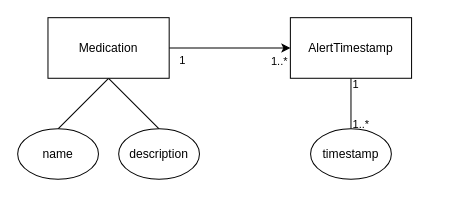
This is doc/images/raw/entity_relationship_diagram.drawio from eco3/Medify, a draw.io file, before an edit. Source tidied: cells renumbered, new cells numbered last; positions are measured from the earlier drawing's top-left corner, leaving out a move shared by most shapes. Both pictures are drawn from the tidied source at 101%, with x=0, y=0 at pixel (17, 17).
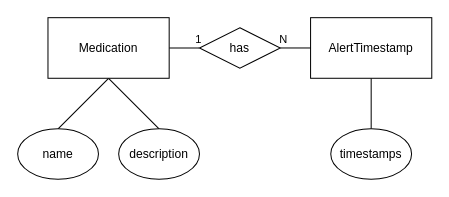
Above is the later version.

The edit, as a diff of the source:
```diff
@@
 <mxGraphModel>
   <root>
     <mxCell id="0" />
     <mxCell id="1" parent="0" />
-    <mxCell id="2" style="edgeStyle=orthogonalEdgeStyle;rounded=0;jettySize=auto;html=1;" parent="1" edge="1" source="7" target="11">
-      <mxGeometry relative="1" as="geometry" />
-    </mxCell>
-    <mxCell id="3" value="1..*" style="edgeLabel;html=1;align=center;verticalAlign=top;labelPosition=center;verticalLabelPosition=bottom;" parent="2" vertex="1">
-      <mxGeometry x="0.8" relative="1" as="geometry" />
-    </mxCell>
-    <mxCell id="4" value="1" style="edgeLabel;html=1;align=center;verticalAlign=top;labelPosition=center;verticalLabelPosition=bottom;" parent="2" vertex="1">
-      <mxGeometry x="-0.8" y="1" relative="1" as="geometry" />
-    </mxCell>
     <mxCell id="5" style="rounded=0;jettySize=auto;html=1;exitX=0.5;exitY=1;exitDx=0;exitDy=0;entryX=0.5;entryY=0;entryDx=0;entryDy=0;endArrow=none;endFill=0;" parent="1" edge="1" source="7" target="12">
       <mxGeometry relative="1" as="geometry" />
     </mxCell>
     <mxCell id="6" style="edgeStyle=none;rounded=0;jettySize=auto;html=1;exitX=0.5;exitY=1;exitDx=0;exitDy=0;entryX=0.5;entryY=0;entryDx=0;entryDy=0;endArrow=none;endFill=0;" parent="1" edge="1" source="7" target="13">
       <mxGeometry relative="1" as="geometry" />
     </mxCell>
+    <mxCell id="15" style="edgeStyle=orthogonalEdgeStyle;rounded=0;jettySize=auto;html=1;endArrow=none;endFill=0;" parent="1" edge="1" source="7" target="19">
+      <mxGeometry relative="1" as="geometry" />
+    </mxCell>
+    <mxCell id="16" value="1" style="edgeLabel;html=1;align=center;verticalAlign=bottom;labelPosition=center;verticalLabelPosition=top;" parent="15" vertex="1">
+      <mxGeometry x="0.92" relative="1" as="geometry" />
+    </mxCell>
     <mxCell id="7" value="Medication" style="rounded=0;whiteSpace=wrap;html=1;" parent="1" vertex="1">
       <mxGeometry x="30" width="120" height="60" as="geometry" />
     </mxCell>
     <mxCell id="8" style="edgeStyle=none;rounded=0;jettySize=auto;html=1;exitX=0.5;exitY=1;exitDx=0;exitDy=0;entryX=0.5;entryY=0;entryDx=0;entryDy=0;endArrow=none;endFill=0;" parent="1" edge="1" source="11" target="14">
       <mxGeometry relative="1" as="geometry" />
     </mxCell>
-    <mxCell id="9" value="1..*" style="edgeLabel;html=1;align=left;verticalAlign=middle;labelPosition=right;verticalLabelPosition=middle;" parent="8" vertex="1">
-      <mxGeometry x="0.79" relative="1" as="geometry" />
-    </mxCell>
-    <mxCell id="10" value="1" style="edgeLabel;html=1;align=left;verticalAlign=middle;labelPosition=right;verticalLabelPosition=middle;" parent="8" vertex="1">
-      <mxGeometry x="-0.8" relative="1" as="geometry" />
-    </mxCell>
     <mxCell id="11" value="AlertTimestamp" style="rounded=0;whiteSpace=wrap;html=1;" parent="1" vertex="1">
-      <mxGeometry x="270" width="120" height="60" as="geometry" />
+      <mxGeometry x="290" width="120" height="60" as="geometry" />
     </mxCell>
     <mxCell id="12" value="name" style="ellipse;whiteSpace=wrap;html=1;" parent="1" vertex="1">
       <mxGeometry y="110" width="80" height="50" as="geometry" />
     </mxCell>
     <mxCell id="13" value="description" style="ellipse;whiteSpace=wrap;html=1;" parent="1" vertex="1">
       <mxGeometry x="100" y="110" width="80" height="50" as="geometry" />
     </mxCell>
-    <mxCell id="14" value="timestamp" style="ellipse;whiteSpace=wrap;html=1;" parent="1" vertex="1">
-      <mxGeometry x="290" y="110" width="80" height="50" as="geometry" />
+    <mxCell id="14" value="timestamps" style="ellipse;whiteSpace=wrap;html=1;" parent="1" vertex="1">
+      <mxGeometry x="310" y="110" width="80" height="50" as="geometry" />
     </mxCell>
+    <mxCell id="17" style="edgeStyle=orthogonalEdgeStyle;rounded=0;jettySize=auto;html=1;exitX=1;exitY=0.5;exitDx=0;exitDy=0;entryX=0;entryY=0.5;entryDx=0;entryDy=0;endArrow=none;endFill=0;" parent="1" edge="1" source="19" target="11">
+      <mxGeometry relative="1" as="geometry" />
+    </mxCell>
+    <mxCell id="18" value="N" style="edgeLabel;html=1;align=center;verticalAlign=bottom;labelPosition=center;verticalLabelPosition=top;" parent="17" vertex="1">
+      <mxGeometry x="-0.87" relative="1" as="geometry" />
+    </mxCell>
+    <mxCell id="19" value="has" style="rhombus;whiteSpace=wrap;html=1;rounded=0;" parent="1" vertex="1">
+      <mxGeometry x="180" y="10" width="80" height="40" as="geometry" />
+    </mxCell>
   </root>
 </mxGraphModel>
```
